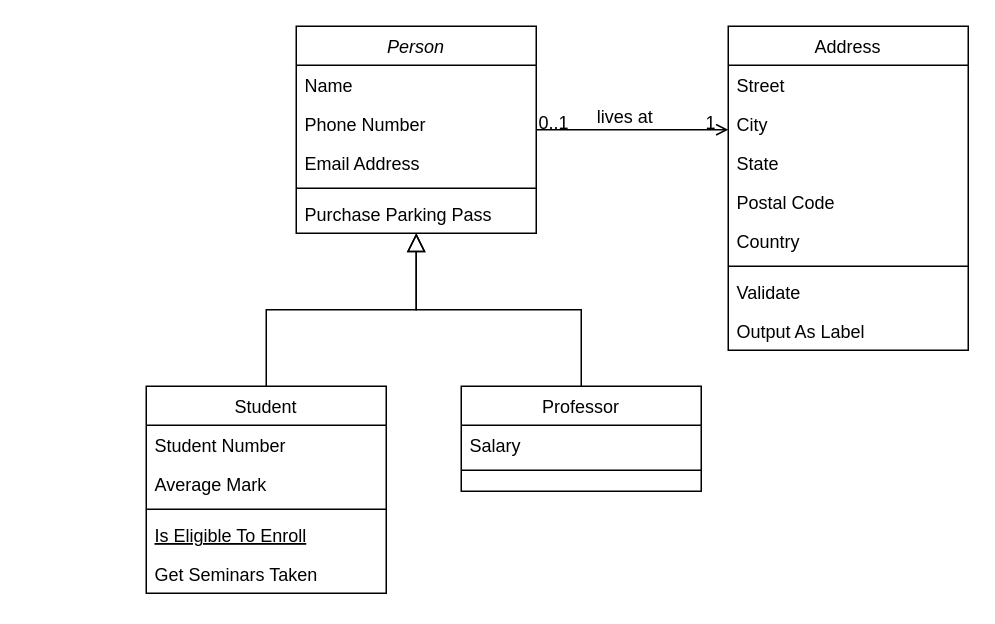
Earlier version of the draw.io diagram Diagrama sin título.drawio (Alejandrofernandezjch/Alejandrofernandezjch). Source tidied: cells renumbered, new cells numbered last; positions are measured from the earlier drawing's top-left corner, leaving out a move shared by most shapes. Both pictures are drawn from the tidied source at 150%, with x=0, y=0 at pixel (146, 26).
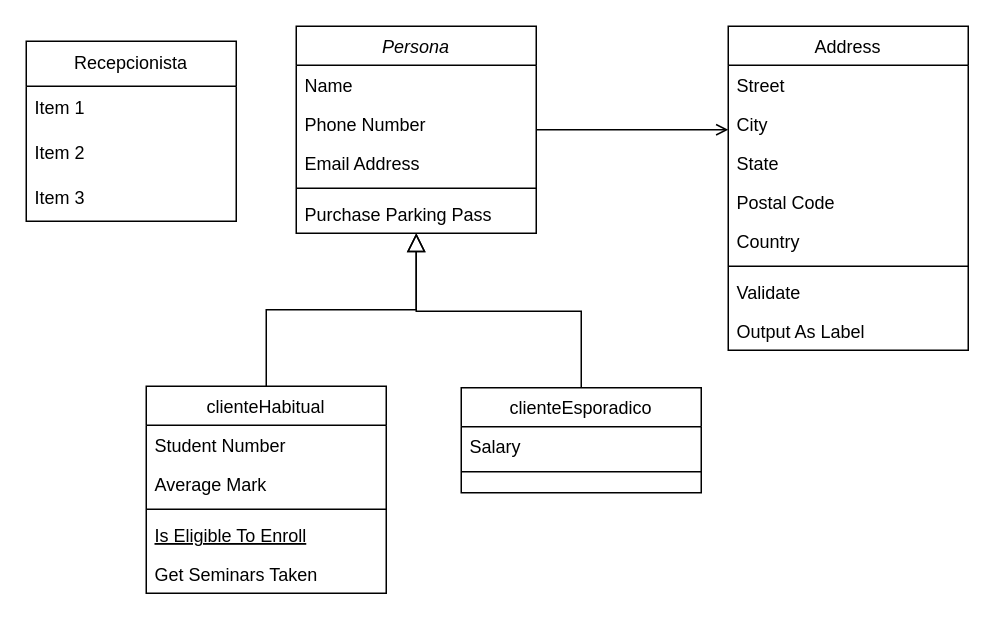
After the change.

Unchanged cells that the change refers to:
```xml
<mxCell id="28" style="endArrow=open;shadow=0;strokeWidth=1;rounded=0;curved=0;endFill=1;edgeStyle=elbowEdgeStyle;elbow=vertical;" parent="1" edge="1" source="2" target="19">
  <mxGeometry x="0.5" y="41" relative="1" as="geometry">
    <mxPoint x="-40" y="32" as="offset" />
  </mxGeometry>
</mxCell>
```

Change to the diagram source:
```diff
@@
-    <mxCell id="2" value="Person" style="swimlane;fontStyle=2;align=center;verticalAlign=top;horizontal=1;startSize=26;rounded=0;shadow=0;strokeWidth=1;" parent="1" vertex="1">
+    <mxCell id="2" value="Persona" style="swimlane;fontStyle=2;align=center;verticalAlign=top;horizontal=1;startSize=26;rounded=0;shadow=0;strokeWidth=1;" parent="1" vertex="1">
       <mxGeometry x="100" width="160" height="138" as="geometry" />
     </mxCell>
@@
-    <mxCell id="8" value="Student" style="swimlane;fontStyle=0;align=center;verticalAlign=top;horizontal=1;startSize=26;rounded=0;shadow=0;strokeWidth=1;" parent="1" vertex="1">
+    <mxCell id="8" value="clienteHabitual" style="swimlane;fontStyle=0;align=center;verticalAlign=top;horizontal=1;startSize=26;rounded=0;shadow=0;strokeWidth=1;" parent="1" vertex="1">
       <mxGeometry y="240" width="160" height="138" as="geometry" />
     </mxCell>
@@
-    <mxCell id="15" value="Professor" style="swimlane;fontStyle=0;align=center;verticalAlign=top;horizontal=1;startSize=26;rounded=0;shadow=0;strokeWidth=1;" parent="1" vertex="1">
-      <mxGeometry x="210" y="240" width="160" height="70" as="geometry" />
+    <mxCell id="15" value="clienteEsporadico" style="swimlane;fontStyle=0;align=center;verticalAlign=top;horizontal=1;startSize=26;rounded=0;shadow=0;strokeWidth=1;" parent="1" vertex="1">
+      <mxGeometry x="210" y="241" width="160" height="70" as="geometry" />
     </mxCell>
@@
-    <mxCell id="29" value="0..1" style="align=left;verticalAlign=bottom;labelBackgroundColor=none;fontSize=12;" parent="28" vertex="1">
-      <mxGeometry x="-1" relative="1" as="geometry">
-        <mxPoint y="4" as="offset" />
-      </mxGeometry>
-    </mxCell>
-    <mxCell id="30" value="1" style="align=right;verticalAlign=bottom;labelBackgroundColor=none;fontSize=12;" parent="28" vertex="1">
-      <mxGeometry x="1" relative="1" as="geometry">
-        <mxPoint x="-7" y="4" as="offset" />
-      </mxGeometry>
-    </mxCell>
-    <mxCell id="31" value="lives at" style="text;html=1;align=center;verticalAlign=middle;labelBackgroundColor=none;rounded=0;shadow=0;strokeWidth=1;fontSize=12;" parent="28" vertex="1">
-      <mxGeometry x="0.5" y="49" relative="1" as="geometry">
-        <mxPoint x="-38" y="40" as="offset" />
-      </mxGeometry>
-    </mxCell>
+    <mxCell id="32" value="Recepcionista" style="swimlane;fontStyle=0;horizontal=1;startSize=30;whiteSpace=wrap;html=1;" parent="1" vertex="1">
+      <mxGeometry x="-80" y="10" width="140" height="120" as="geometry" />
+    </mxCell>
+    <mxCell id="33" value="Item 1" style="text;strokeColor=none;fillColor=none;align=left;verticalAlign=middle;spacingLeft=4;spacingRight=4;overflow=hidden;whiteSpace=wrap;html=1;" parent="32" vertex="1">
+      <mxGeometry y="30" width="140" height="30" as="geometry" />
+    </mxCell>
+    <mxCell id="34" value="Item 2" style="text;strokeColor=none;fillColor=none;align=left;verticalAlign=middle;spacingLeft=4;spacingRight=4;overflow=hidden;whiteSpace=wrap;html=1;" parent="32" vertex="1">
+      <mxGeometry y="60" width="140" height="30" as="geometry" />
+    </mxCell>
+    <mxCell id="35" value="Item 3" style="text;strokeColor=none;fillColor=none;align=left;verticalAlign=middle;spacingLeft=4;spacingRight=4;overflow=hidden;whiteSpace=wrap;html=1;" parent="32" vertex="1">
+      <mxGeometry y="90" width="140" height="30" as="geometry" />
+    </mxCell>
```
